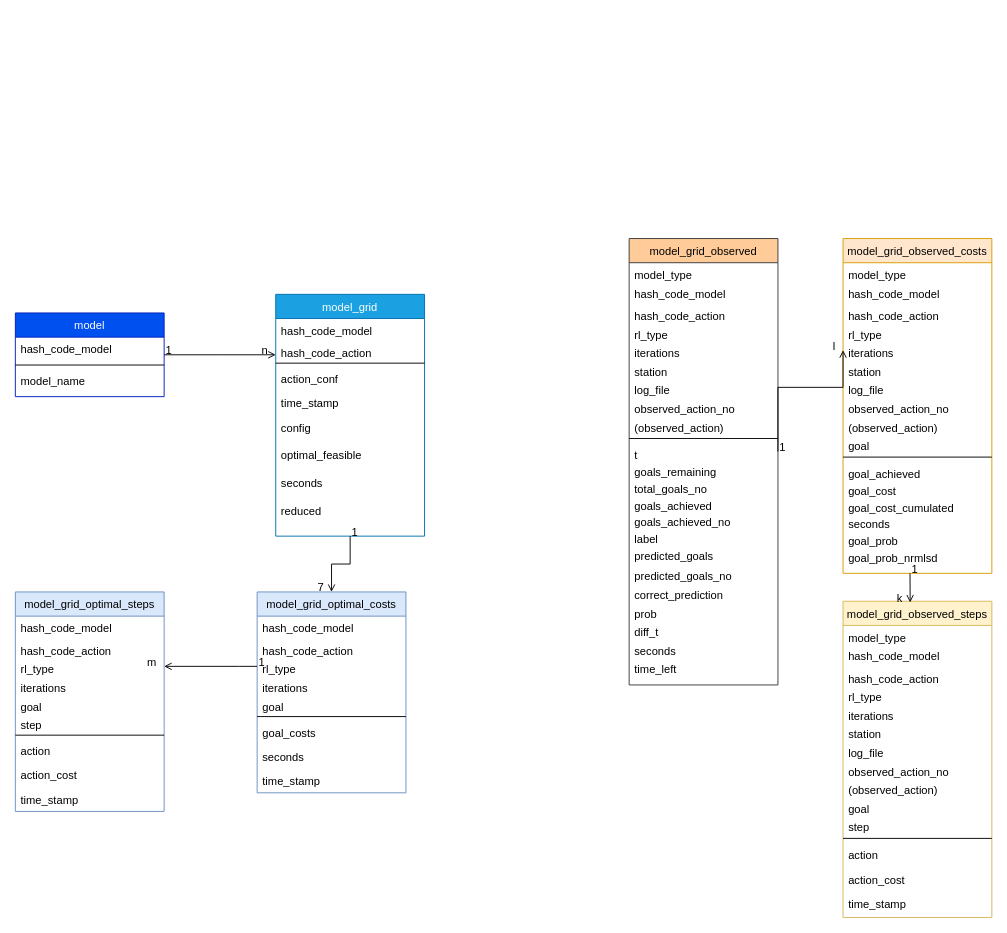
The draw.io diagram Datenmodell.drawio in MatthiasWikenheiser/goal_recognition, before the edit. Source tidied: cells renumbered, new cells numbered last; positions are measured from the earlier drawing's top-left corner, leaving out a move shared by most shapes. Both pictures are drawn from the tidied source at 93%, with x=0, y=0 at pixel (15, 238).
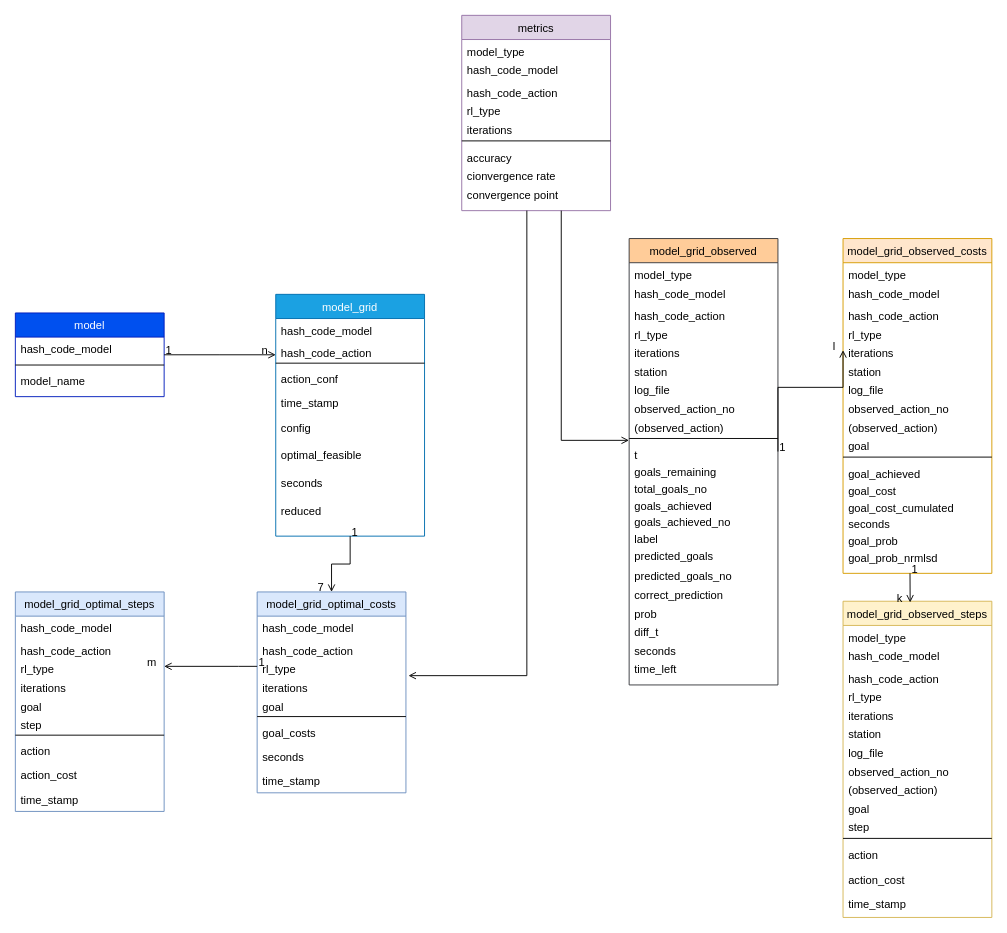
The same page after the edit.

Unchanged cells that the change refers to:
```xml
<mxCell id="23" value="iterations" style="text;align=left;verticalAlign=top;spacingLeft=4;spacingRight=4;overflow=hidden;points=[[0,0.5],[1,0.5]];portConstraint=eastwest;" parent="19" vertex="1">
  <mxGeometry y="90" width="160" height="20" as="geometry" />
</mxCell>
<mxCell id="94" value="t" style="text;align=left;verticalAlign=top;spacingLeft=4;spacingRight=4;overflow=hidden;points=[[0,0.5],[1,0.5]];portConstraint=eastwest;" parent="83" vertex="1">
  <mxGeometry y="220" width="160" height="18" as="geometry" />
</mxCell>
```

Diff of the diagram source:
```diff
@@
+    <mxCell id="110" value="metrics" style="swimlane;fontStyle=0;align=center;verticalAlign=top;horizontal=1;startSize=26;rounded=0;shadow=0;strokeWidth=1;fillColor=#e1d5e7;strokeColor=#9673a6;" parent="1" vertex="1">
+      <mxGeometry x="480" y="-240" width="160" height="210" as="geometry" />
+    </mxCell>
+    <mxCell id="111" value="model_type" style="text;align=left;verticalAlign=top;spacingLeft=4;spacingRight=4;overflow=hidden;" parent="110" vertex="1">
+      <mxGeometry y="26" width="160" height="20" as="geometry" />
+    </mxCell>
+    <mxCell id="112" value="hash_code_model" style="text;align=left;verticalAlign=top;spacingLeft=4;spacingRight=4;overflow=hidden;" parent="110" vertex="1">
+      <mxGeometry y="46" width="160" height="24" as="geometry" />
+    </mxCell>
+    <mxCell id="113" value="hash_code_action" style="text;align=left;verticalAlign=top;spacingLeft=4;spacingRight=4;overflow=hidden;" parent="110" vertex="1">
+      <mxGeometry y="70" width="160" height="20" as="geometry" />
+    </mxCell>
+    <mxCell id="114" value="rl_type" style="text;align=left;verticalAlign=top;spacingLeft=4;spacingRight=4;overflow=hidden;" parent="110" vertex="1">
+      <mxGeometry y="90" width="160" height="20" as="geometry" />
+    </mxCell>
+    <mxCell id="115" value="iterations" style="text;align=left;verticalAlign=top;spacingLeft=4;spacingRight=4;overflow=hidden;" parent="110" vertex="1">
+      <mxGeometry y="110" width="160" height="20" as="geometry" />
+    </mxCell>
+    <mxCell id="116" style="line;html=1;strokeWidth=1;align=left;verticalAlign=middle;spacingTop=-1;spacingLeft=3;spacingRight=3;labelPosition=right;" parent="110" vertex="1">
+      <mxGeometry y="130" width="160" height="10" as="geometry" />
+    </mxCell>
+    <mxCell id="117" value="accuracy" style="text;align=left;verticalAlign=top;spacingLeft=4;spacingRight=4;overflow=hidden;" parent="110" vertex="1">
+      <mxGeometry y="140" width="160" height="20" as="geometry" />
+    </mxCell>
+    <mxCell id="118" value="cionvergence rate" style="text;align=left;verticalAlign=top;spacingLeft=4;spacingRight=4;overflow=hidden;" parent="110" vertex="1">
+      <mxGeometry y="160" width="160" height="20" as="geometry" />
+    </mxCell>
+    <mxCell id="119" value="convergence point" style="text;align=left;verticalAlign=top;spacingLeft=4;spacingRight=4;overflow=hidden;" parent="110" vertex="1">
+      <mxGeometry y="180" width="160" height="20" as="geometry" />
+    </mxCell>
+    <mxCell id="120" style="endArrow=open;shadow=0;strokeWidth=1;rounded=0;endFill=1;edgeStyle=elbowEdgeStyle;elbow=vertical;exitX=0.5;exitY=1;exitDx=0;exitDy=0;entryX=1.017;entryY=-0.003;entryDx=0;entryDy=0;entryPerimeter=0;" parent="1" edge="1" target="23">
+      <mxGeometry x="0.5" y="41" relative="1" as="geometry">
+        <mxPoint x="550" y="-30" as="sourcePoint" />
+        <Array as="points">
+          <mxPoint x="560" y="470" />
+        </Array>
+        <mxPoint x="-40" y="32" as="offset" />
+      </mxGeometry>
+    </mxCell>
+    <mxCell id="121" style="endArrow=open;shadow=0;strokeWidth=1;rounded=0;endFill=1;edgeStyle=elbowEdgeStyle;elbow=vertical;exitX=0.5;exitY=1;exitDx=0;exitDy=0;entryX=-0.001;entryY=-0.139;entryDx=0;entryDy=0;entryPerimeter=0;" parent="1" edge="1" target="94">
+      <mxGeometry x="0.5" y="41" relative="1" as="geometry">
+        <mxPoint x="587" y="-30" as="sourcePoint" />
+        <Array as="points">
+          <mxPoint x="620" y="217" />
+        </Array>
+        <mxPoint x="-40" y="32" as="offset" />
+      </mxGeometry>
+    </mxCell>
```
